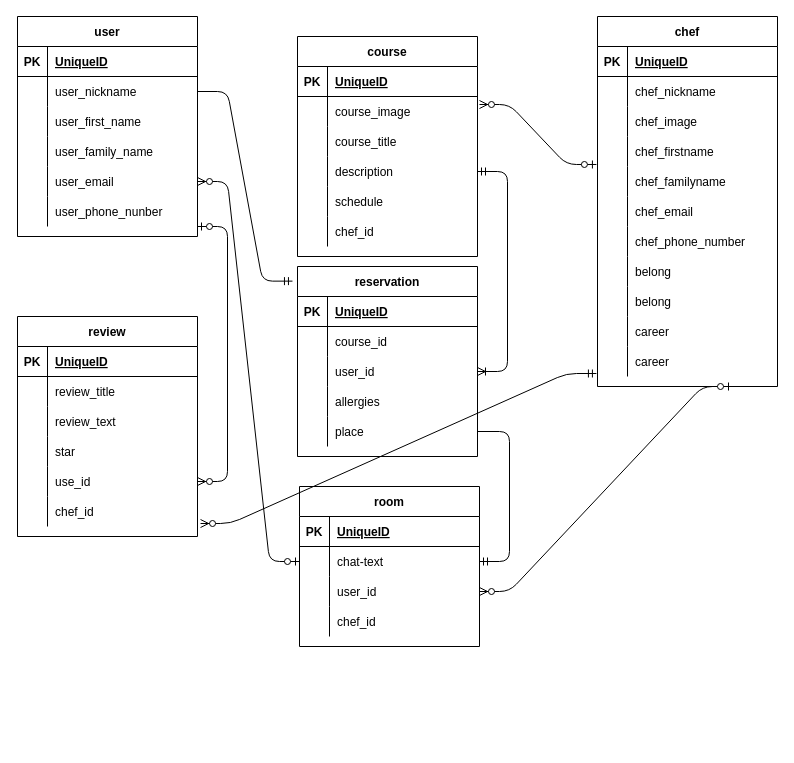
The draw.io diagram ER.dio in AkihiroYamaguchi4/umaimon-35254, before the edit. Source tidied: cells renumbered, new cells numbered last; positions are measured from the earlier drawing's top-left corner, leaving out a move shared by most shapes. Both pictures are drawn from the tidied source at 100%, with x=0, y=0 at pixel (17, 16).
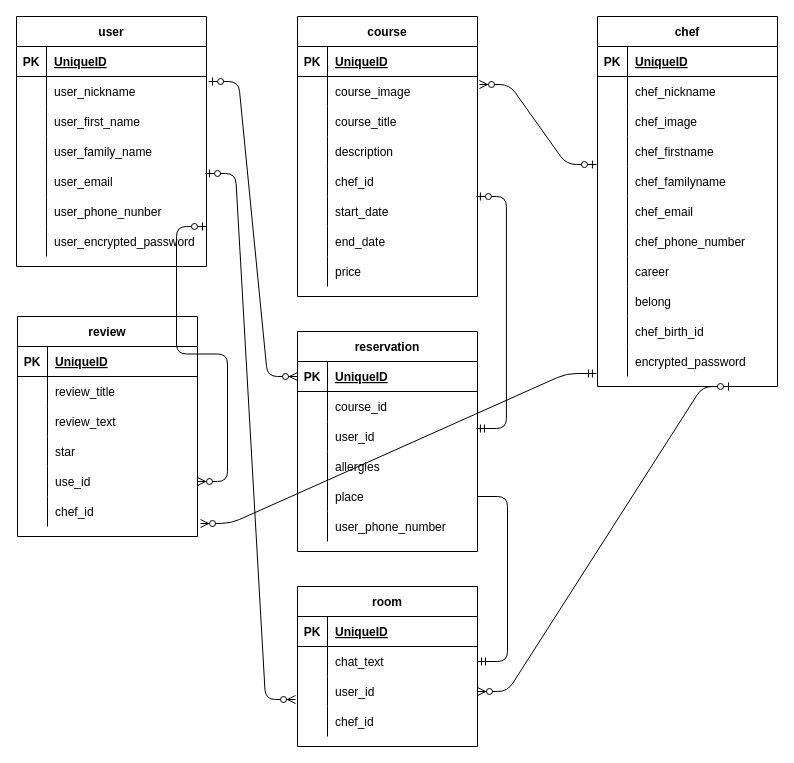
The same page after the edit.

Unchanged cells that the change refers to:
```xml
<mxCell id="21" value="chef" style="shape=table;startSize=30;childLayout=tableLayout;rowLines=0;fontStyle=1;align=center;" parent="1" vertex="1">
  <mxGeometry x="580" width="180" height="370" as="geometry" />
</mxCell>
<mxCell id="52" style="shape=partialRectangle;fillColor=none;top=0;left=0;bottom=0;right=0;points=[[0,0.5],[1,0.5]];portConstraint=eastwest;" parent="21" vertex="1">
  <mxGeometry y="330" width="180" height="30" as="geometry" />
</mxCell>
<mxCell id="56" style="shape=partialRectangle;fillColor=none;top=0;left=0;bottom=1;right=0;points=[[0,0.5],[1,0.5]];portConstraint=eastwest;" parent="55" vertex="1">
  <mxGeometry y="30" width="180" height="30" as="geometry" />
</mxCell>
<mxCell id="62" style="shape=partialRectangle;fillColor=none;top=0;left=0;bottom=0;right=0;points=[[0,0.5],[1,0.5]];portConstraint=eastwest;" parent="55" vertex="1">
  <mxGeometry y="90" width="180" height="30" as="geometry" />
</mxCell>
<mxCell id="68" style="shape=partialRectangle;fillColor=none;top=0;left=0;bottom=0;right=0;points=[[0,0.5],[1,0.5]];portConstraint=eastwest;" parent="55" vertex="1">
  <mxGeometry y="150" width="180" height="30" as="geometry" />
</mxCell>
<mxCell id="97" style="shape=partialRectangle;fillColor=none;top=0;left=0;bottom=0;right=0;points=[[0,0.5],[1,0.5]];portConstraint=eastwest;" parent="93" vertex="1">
  <mxGeometry y="60" width="180" height="30" as="geometry" />
</mxCell>
<mxCell id="100" style="shape=partialRectangle;fillColor=none;top=0;left=0;bottom=0;right=0;points=[[0,0.5],[1,0.5]];portConstraint=eastwest;" parent="93" vertex="1">
  <mxGeometry y="90" width="180" height="30" as="geometry" />
</mxCell>
<mxCell id="117" style="shape=partialRectangle;fillColor=none;top=0;left=0;bottom=0;right=0;points=[[0,0.5],[1,0.5]];portConstraint=eastwest;" parent="107" vertex="1">
  <mxGeometry y="120" width="180" height="30" as="geometry" />
</mxCell>
```

Change to the diagram source:
```diff
@@
     <mxCell id="2" value="user" style="shape=table;startSize=30;childLayout=tableLayout;rowLines=0;fontStyle=1;align=center;" parent="1" vertex="1">
-      <mxGeometry width="180" height="220" as="geometry" />
+      <mxGeometry x="-1" width="190" height="250" as="geometry" />
     </mxCell>
     <mxCell id="3" style="shape=partialRectangle;fillColor=none;top=0;left=0;bottom=1;right=0;" parent="2" vertex="1">
-      <mxGeometry y="30" width="180" height="30" as="geometry" />
+      <mxGeometry y="30" width="190" height="30" as="geometry" />
     </mxCell>
@@
     <mxCell id="5" value="UniqueID" style="shape=partialRectangle;fillColor=none;top=0;left=0;bottom=0;right=0;align=left;spacingLeft=6;fontStyle=5;overflow=hidden;" parent="3" vertex="1">
-      <mxGeometry x="30" width="150" height="30" as="geometry" />
+      <mxGeometry x="30" width="160" height="30" as="geometry" />
     </mxCell>
     <mxCell id="6" style="shape=partialRectangle;fillColor=none;top=0;left=0;bottom=0;right=0;points=[[0,0.5],[1,0.5]];portConstraint=eastwest;" parent="2" vertex="1">
-      <mxGeometry y="60" width="180" height="30" as="geometry" />
+      <mxGeometry y="60" width="190" height="30" as="geometry" />
     </mxCell>
@@
     <mxCell id="8" value="user_nickname" style="shape=partialRectangle;fillColor=none;top=0;left=0;bottom=0;right=0;align=left;spacingLeft=6;overflow=hidden;" parent="6" vertex="1">
-      <mxGeometry x="30" width="150" height="30" as="geometry" />
+      <mxGeometry x="30" width="160" height="30" as="geometry" />
     </mxCell>
     <mxCell id="9" style="shape=partialRectangle;fillColor=none;top=0;left=0;bottom=0;right=0;" parent="2" vertex="1">
-      <mxGeometry y="90" width="180" height="30" as="geometry" />
+      <mxGeometry y="90" width="190" height="30" as="geometry" />
     </mxCell>
@@
     <mxCell id="11" value="user_first_name" style="shape=partialRectangle;fillColor=none;top=0;left=0;bottom=0;right=0;align=left;spacingLeft=6;overflow=hidden;" parent="9" vertex="1">
-      <mxGeometry x="30" width="150" height="30" as="geometry" />
+      <mxGeometry x="30" width="160" height="30" as="geometry" />
     </mxCell>
     <mxCell id="12" style="shape=partialRectangle;fillColor=none;top=0;left=0;bottom=0;right=0;" parent="2" vertex="1">
-      <mxGeometry y="120" width="180" height="30" as="geometry" />
+      <mxGeometry y="120" width="190" height="30" as="geometry" />
     </mxCell>
@@
     <mxCell id="14" value="user_family_name" style="shape=partialRectangle;fillColor=none;top=0;left=0;bottom=0;right=0;align=left;spacingLeft=6;overflow=hidden;" parent="12" vertex="1">
-      <mxGeometry x="30" width="150" height="30" as="geometry" />
+      <mxGeometry x="30" width="160" height="30" as="geometry" />
     </mxCell>
     <mxCell id="15" style="shape=partialRectangle;fillColor=none;top=0;left=0;bottom=0;right=0;points=[[0,0.5],[1,0.5]];portConstraint=eastwest;" parent="2" vertex="1">
-      <mxGeometry y="150" width="180" height="30" as="geometry" />
+      <mxGeometry y="150" width="190" height="30" as="geometry" />
     </mxCell>
@@
     <mxCell id="17" value="user_email" style="shape=partialRectangle;fillColor=none;top=0;left=0;bottom=0;right=0;align=left;spacingLeft=6;overflow=hidden;" parent="15" vertex="1">
-      <mxGeometry x="30" width="150" height="30" as="geometry" />
+      <mxGeometry x="30" width="160" height="30" as="geometry" />
     </mxCell>
     <mxCell id="18" style="shape=partialRectangle;fillColor=none;top=0;left=0;bottom=0;right=0;points=[[0,0.5],[1,0.5]];portConstraint=eastwest;" parent="2" vertex="1">
-      <mxGeometry y="180" width="180" height="30" as="geometry" />
+      <mxGeometry y="180" width="190" height="30" as="geometry" />
     </mxCell>
@@
     <mxCell id="20" value="user_phone_nunber" style="shape=partialRectangle;fillColor=none;top=0;left=0;bottom=0;right=0;align=left;spacingLeft=6;overflow=hidden;" parent="18" vertex="1">
-      <mxGeometry x="30" width="150" height="30" as="geometry" />
+      <mxGeometry x="30" width="160" height="30" as="geometry" />
     </mxCell>
+    <mxCell id="130" style="shape=partialRectangle;fillColor=none;top=0;left=0;bottom=0;right=0;" parent="2" vertex="1">
+      <mxGeometry y="210" width="190" height="30" as="geometry" />
+    </mxCell>
+    <mxCell id="131" style="shape=partialRectangle;fillColor=none;top=0;left=0;bottom=0;right=0;overflow=hidden;" parent="130" vertex="1">
+      <mxGeometry width="30" height="30" as="geometry" />
+    </mxCell>
+    <mxCell id="132" value="user_encrypted_password" style="shape=partialRectangle;fillColor=none;top=0;left=0;bottom=0;right=0;align=left;spacingLeft=6;overflow=hidden;" parent="130" vertex="1">
+      <mxGeometry x="30" width="160" height="30" as="geometry" />
+    </mxCell>
@@
+    <mxCell id="49" style="shape=partialRectangle;fillColor=none;top=0;left=0;bottom=0;right=0;" parent="21" vertex="1">
+      <mxGeometry y="240" width="180" height="30" as="geometry" />
+    </mxCell>
+    <mxCell id="50" style="shape=partialRectangle;fillColor=none;top=0;left=0;bottom=0;right=0;overflow=hidden;" parent="49" vertex="1">
+      <mxGeometry width="30" height="30" as="geometry" />
+    </mxCell>
+    <mxCell id="51" value="career" style="shape=partialRectangle;fillColor=none;top=0;left=0;bottom=0;right=0;align=left;spacingLeft=6;overflow=hidden;" parent="49" vertex="1">
+      <mxGeometry x="30" width="150" height="30" as="geometry" />
+    </mxCell>
     <mxCell id="43" style="shape=partialRectangle;fillColor=none;top=0;left=0;bottom=0;right=0;" parent="21" vertex="1">
-      <mxGeometry y="240" width="180" height="30" as="geometry" />
+      <mxGeometry y="270" width="180" height="30" as="geometry" />
     </mxCell>
@@
     <mxCell id="46" style="shape=partialRectangle;fillColor=none;top=0;left=0;bottom=0;right=0;" parent="21" vertex="1">
-      <mxGeometry y="270" width="180" height="30" as="geometry" />
+      <mxGeometry y="300" width="180" height="30" as="geometry" />
     </mxCell>
@@
-    <mxCell id="48" value="belong" style="shape=partialRectangle;fillColor=none;top=0;left=0;bottom=0;right=0;align=left;spacingLeft=6;overflow=hidden;" parent="46" vertex="1">
+    <mxCell id="48" value="chef_birth_id      " style="shape=partialRectangle;fillColor=none;top=0;left=0;bottom=0;right=0;align=left;spacingLeft=6;overflow=hidden;" parent="46" vertex="1">
       <mxGeometry x="30" width="150" height="30" as="geometry" />
     </mxCell>
-    <mxCell id="49" style="shape=partialRectangle;fillColor=none;top=0;left=0;bottom=0;right=0;" parent="21" vertex="1">
-      <mxGeometry y="300" width="180" height="30" as="geometry" />
-    </mxCell>
-    <mxCell id="50" style="shape=partialRectangle;fillColor=none;top=0;left=0;bottom=0;right=0;overflow=hidden;" parent="49" vertex="1">
-      <mxGeometry width="30" height="30" as="geometry" />
-    </mxCell>
-    <mxCell id="51" value="career" style="shape=partialRectangle;fillColor=none;top=0;left=0;bottom=0;right=0;align=left;spacingLeft=6;overflow=hidden;" parent="49" vertex="1">
-      <mxGeometry x="30" width="150" height="30" as="geometry" />
-    </mxCell>
@@
-    <mxCell id="54" value="career" style="shape=partialRectangle;fillColor=none;top=0;left=0;bottom=0;right=0;align=left;spacingLeft=6;overflow=hidden;" parent="52" vertex="1">
+    <mxCell id="54" value="encrypted_password " style="shape=partialRectangle;fillColor=none;top=0;left=0;bottom=0;right=0;align=left;spacingLeft=6;overflow=hidden;" parent="52" vertex="1">
       <mxGeometry x="30" width="150" height="30" as="geometry" />
     </mxCell>
     <mxCell id="55" value="reservation" style="shape=table;startSize=30;childLayout=tableLayout;rowLines=0;fontStyle=1;align=center;" parent="1" vertex="1">
-      <mxGeometry x="280" y="250" width="180" height="190" as="geometry" />
+      <mxGeometry x="280" y="315" width="180" height="220" as="geometry" />
     </mxCell>
@@
+    <mxCell id="133" style="shape=partialRectangle;fillColor=none;top=0;left=0;bottom=0;right=0;" parent="55" vertex="1">
+      <mxGeometry y="180" width="180" height="30" as="geometry" />
+    </mxCell>
+    <mxCell id="134" style="shape=partialRectangle;fillColor=none;top=0;left=0;bottom=0;right=0;overflow=hidden;" parent="133" vertex="1">
+      <mxGeometry width="30" height="30" as="geometry" />
+    </mxCell>
+    <mxCell id="135" value="user_phone_number" style="shape=partialRectangle;fillColor=none;top=0;left=0;bottom=0;right=0;align=left;spacingLeft=6;overflow=hidden;" parent="133" vertex="1">
+      <mxGeometry x="30" width="150" height="30" as="geometry" />
+    </mxCell>
@@
-    <mxCell id="90" style="edgeStyle=entityRelationEdgeStyle;fontSize=12;html=1;endArrow=ERoneToMany;startArrow=ERmandOne;exitX=1;exitY=0.5;exitDx=0;exitDy=0;entryX=1;entryY=0.5;entryDx=0;entryDy=0;" parent="1" edge="1" source="117" target="62">
-      <mxGeometry relative="1" as="geometry" />
-    </mxCell>
@@
-    <mxCell id="92" style="edgeStyle=entityRelationEdgeStyle;fontSize=12;html=1;endArrow=ERmandOne;exitX=1;exitY=0.5;exitDx=0;exitDy=0;entryX=-0.028;entryY=0.077;entryDx=0;entryDy=0;entryPerimeter=0;" parent="1" edge="1" source="6" target="55">
-      <mxGeometry relative="1" as="geometry" />
-    </mxCell>
     <mxCell id="93" value="room" style="shape=table;startSize=30;childLayout=tableLayout;rowLines=0;fontStyle=1;align=center;" parent="1" vertex="1">
-      <mxGeometry x="282" y="470" width="180" height="160" as="geometry" />
+      <mxGeometry x="280" y="570" width="180" height="160" as="geometry" />
     </mxCell>
@@
-    <mxCell id="99" value="chat-text" style="shape=partialRectangle;fillColor=none;top=0;left=0;bottom=0;right=0;align=left;spacingLeft=6;overflow=hidden;" parent="97" vertex="1">
+    <mxCell id="99" value="chat_text" style="shape=partialRectangle;fillColor=none;top=0;left=0;bottom=0;right=0;align=left;spacingLeft=6;overflow=hidden;" parent="97" vertex="1">
       <mxGeometry x="30" width="150" height="30" as="geometry" />
     </mxCell>
@@
     <mxCell id="107" value="course" style="shape=table;startSize=30;childLayout=tableLayout;rowLines=0;fontStyle=1;align=center;" parent="1" vertex="1">
-      <mxGeometry x="280" y="20" width="180" height="220" as="geometry" />
+      <mxGeometry x="280" width="180" height="280" as="geometry" />
     </mxCell>
@@
+    <mxCell id="123" style="shape=partialRectangle;fillColor=none;top=0;left=0;bottom=0;right=0;" parent="107" vertex="1">
+      <mxGeometry y="150" width="180" height="30" as="geometry" />
+    </mxCell>
+    <mxCell id="124" style="shape=partialRectangle;fillColor=none;top=0;left=0;bottom=0;right=0;overflow=hidden;" parent="123" vertex="1">
+      <mxGeometry width="30" height="30" as="geometry" />
+    </mxCell>
+    <mxCell id="125" value="chef_id" style="shape=partialRectangle;fillColor=none;top=0;left=0;bottom=0;right=0;align=left;spacingLeft=6;overflow=hidden;" parent="123" vertex="1">
+      <mxGeometry x="30" width="150" height="30" as="geometry" />
+    </mxCell>
     <mxCell id="120" style="shape=partialRectangle;fillColor=none;top=0;left=0;bottom=0;right=0;points=[[0,0.5],[1,0.5]];portConstraint=eastwest;" parent="107" vertex="1">
-      <mxGeometry y="150" width="180" height="30" as="geometry" />
+      <mxGeometry y="180" width="180" height="30" as="geometry" />
     </mxCell>
@@
-    <mxCell id="122" value="schedule" style="shape=partialRectangle;fillColor=none;top=0;left=0;bottom=0;right=0;align=left;spacingLeft=6;overflow=hidden;" parent="120" vertex="1">
+    <mxCell id="122" value="start_date" style="shape=partialRectangle;fillColor=none;top=0;left=0;bottom=0;right=0;align=left;spacingLeft=6;overflow=hidden;" parent="120" vertex="1">
       <mxGeometry x="30" width="150" height="30" as="geometry" />
     </mxCell>
-    <mxCell id="123" style="shape=partialRectangle;fillColor=none;top=0;left=0;bottom=0;right=0;" parent="107" vertex="1">
-      <mxGeometry y="180" width="180" height="30" as="geometry" />
-    </mxCell>
-    <mxCell id="124" style="shape=partialRectangle;fillColor=none;top=0;left=0;bottom=0;right=0;overflow=hidden;" parent="123" vertex="1">
-      <mxGeometry width="30" height="30" as="geometry" />
-    </mxCell>
-    <mxCell id="125" value="chef_id" style="shape=partialRectangle;fillColor=none;top=0;left=0;bottom=0;right=0;align=left;spacingLeft=6;overflow=hidden;" parent="123" vertex="1">
-      <mxGeometry x="30" width="150" height="30" as="geometry" />
-    </mxCell>
+    <mxCell id="136" style="shape=partialRectangle;fillColor=none;top=0;left=0;bottom=0;right=0;" parent="107" vertex="1">
+      <mxGeometry y="210" width="180" height="30" as="geometry" />
+    </mxCell>
+    <mxCell id="137" style="shape=partialRectangle;fillColor=none;top=0;left=0;bottom=0;right=0;overflow=hidden;" parent="136" vertex="1">
+      <mxGeometry width="30" height="30" as="geometry" />
+    </mxCell>
+    <mxCell id="138" value="end_date" style="shape=partialRectangle;fillColor=none;top=0;left=0;bottom=0;right=0;align=left;spacingLeft=6;overflow=hidden;" parent="136" vertex="1">
+      <mxGeometry x="30" width="150" height="30" as="geometry" />
+    </mxCell>
+    <mxCell id="139" style="shape=partialRectangle;fillColor=none;top=0;left=0;bottom=0;right=0;" parent="107" vertex="1">
+      <mxGeometry y="240" width="180" height="30" as="geometry" />
+    </mxCell>
+    <mxCell id="140" style="shape=partialRectangle;fillColor=none;top=0;left=0;bottom=0;right=0;overflow=hidden;" parent="139" vertex="1">
+      <mxGeometry width="30" height="30" as="geometry" />
+    </mxCell>
+    <mxCell id="141" value="price" style="shape=partialRectangle;fillColor=none;top=0;left=0;bottom=0;right=0;align=left;spacingLeft=6;overflow=hidden;" parent="139" vertex="1">
+      <mxGeometry x="30" width="150" height="30" as="geometry" />
+    </mxCell>
@@
+    <mxCell id="129" style="edgeStyle=entityRelationEdgeStyle;fontSize=12;html=1;endArrow=ERmandOne;exitX=1;exitY=0.5;exitDx=0;exitDy=0;" parent="1" edge="1" source="68" target="97">
+      <mxGeometry relative="1" as="geometry" />
+    </mxCell>
-    <mxCell id="128" style="edgeStyle=entityRelationEdgeStyle;fontSize=12;html=1;endArrow=ERzeroToMany;startArrow=ERzeroToOne;exitX=0;exitY=0.5;exitDx=0;exitDy=0;entryX=1;entryY=0.5;entryDx=0;entryDy=0;" parent="1" edge="1" source="97" target="15">
+    <mxCell id="128" style="edgeStyle=entityRelationEdgeStyle;fontSize=12;html=1;endArrow=ERzeroToMany;startArrow=ERzeroToOne;exitX=0.995;exitY=0.233;exitDx=0;exitDy=0;entryX=-0.011;entryY=0.767;entryDx=0;entryDy=0;entryPerimeter=0;exitPerimeter=0;" parent="1" edge="1" source="15" target="100">
       <mxGeometry relative="1" as="geometry" />
     </mxCell>
-    <mxCell id="129" style="edgeStyle=entityRelationEdgeStyle;fontSize=12;html=1;endArrow=ERmandOne;exitX=1;exitY=0.5;exitDx=0;exitDy=0;" parent="1" edge="1" source="68" target="97">
-      <mxGeometry relative="1" as="geometry" />
-    </mxCell>
+    <mxCell id="142" style="edgeStyle=entityRelationEdgeStyle;fontSize=12;html=1;endArrow=ERzeroToOne;startArrow=ERmandOne;entryX=0.994;entryY=0;entryDx=0;entryDy=0;entryPerimeter=0;exitX=0.994;exitY=0.233;exitDx=0;exitDy=0;exitPerimeter=0;" parent="1" edge="1" source="62" target="120">
+      <mxGeometry relative="1" as="geometry" />
+    </mxCell>
+    <mxCell id="143" style="edgeStyle=entityRelationEdgeStyle;fontSize=12;html=1;endArrow=ERzeroToMany;startArrow=ERzeroToOne;entryX=0;entryY=0.5;entryDx=0;entryDy=0;exitX=1.011;exitY=0.167;exitDx=0;exitDy=0;exitPerimeter=0;" parent="1" edge="1" source="6" target="56">
+      <mxGeometry relative="1" as="geometry" />
+    </mxCell>
```
